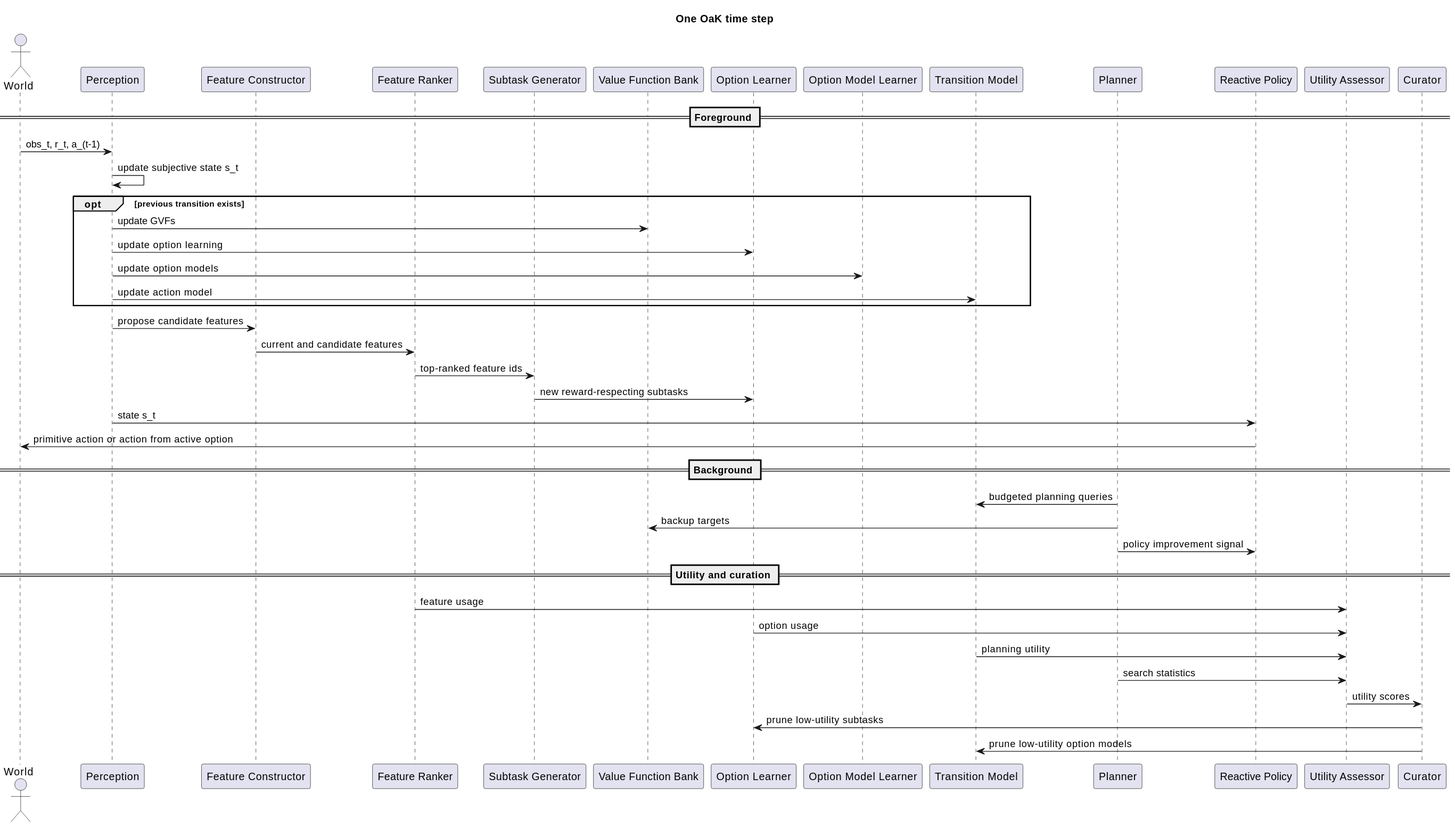
Earlier version of the PlantUML export docs/img/oak_runtime_sequence.svg (ttrenty/OaK-Architecture).
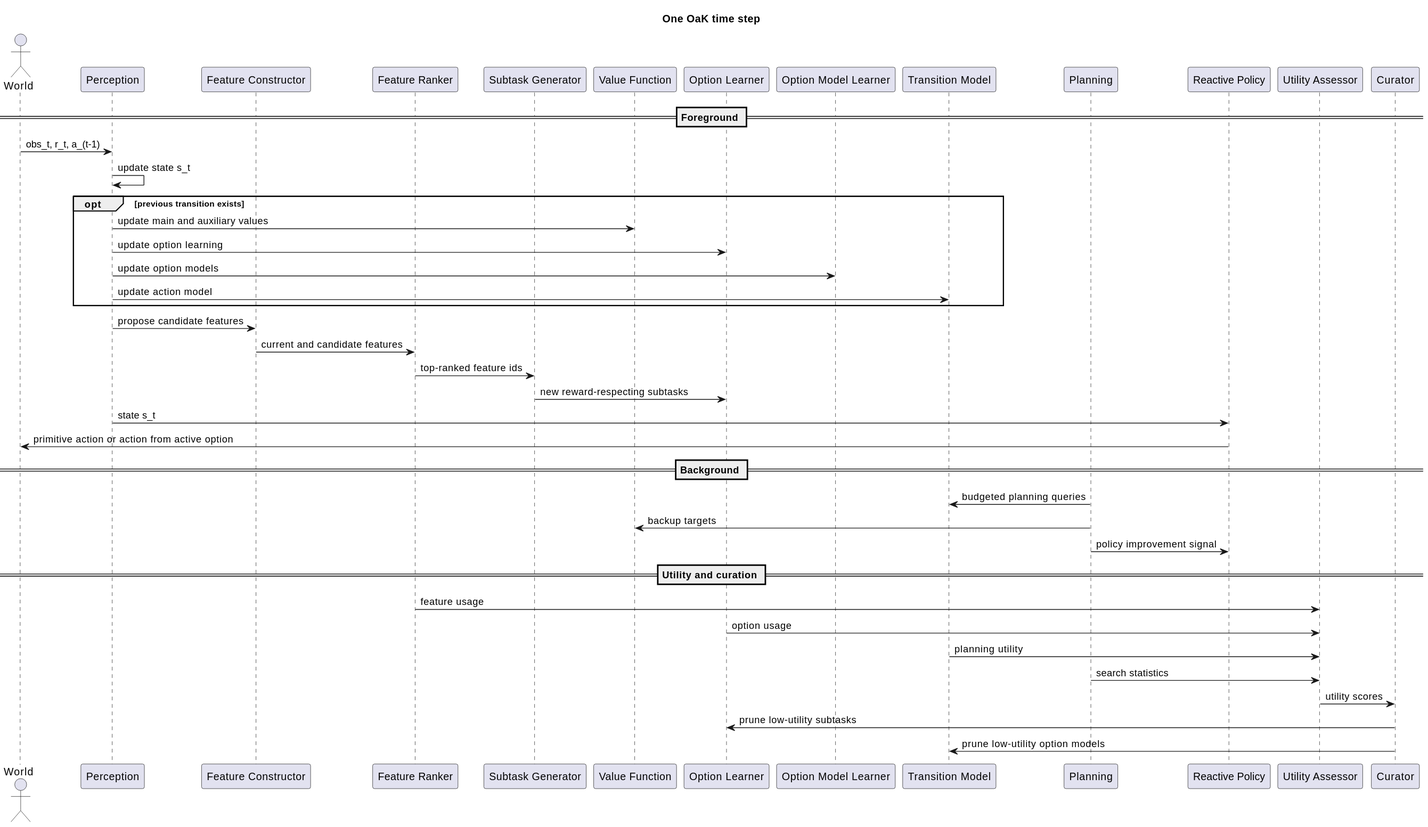
Later version of the same file.

What changed in the source:
```diff
@@ -6,21 +6,21 @@
 participant "Feature Constructor" as FeatureConstructor
 participant "Feature Ranker" as FeatureRanker
 participant "Subtask Generator" as SubtaskGenerator
-participant "Value Function Bank" as ValueFunctionBank
+participant "Value Function" as ValueFunction
 participant "Option Learner" as OptionLearner
 participant "Option Model Learner" as OptionModelLearner
 participant "Transition Model" as TransitionModel
-participant Planner
+participant Planning
 participant "Reactive Policy" as ReactivePolicy
 participant "Utility Assessor" as UtilityAssessor
 participant Curator
 
 == Foreground ==
 World -> Perception : obs_t, r_t, a_(t-1)
-Perception -> Perception : update subjective state s_t
+Perception -> Perception : update state s_t
 
 opt previous transition exists
-  Perception -> ValueFunctionBank : update GVFs
+  Perception -> ValueFunction : update main and auxiliary values
   Perception -> OptionLearner : update option learning
   Perception -> OptionModelLearner : update option models
   Perception -> TransitionModel : update action model
@@ -35,15 +35,15 @@
 ReactivePolicy -> World : primitive action or action from active option
 
 == Background ==
-Planner -> TransitionModel : budgeted planning queries
-Planner -> ValueFunctionBank : backup targets
-Planner -> ReactivePolicy : policy improvement signal
+Planning -> TransitionModel : budgeted planning queries
+Planning -> ValueFunction : backup targets
+Planning -> ReactivePolicy : policy improvement signal
 
 == Utility and curation ==
 FeatureRanker -> UtilityAssessor : feature usage
 OptionLearner -> UtilityAssessor : option usage
 TransitionModel -> UtilityAssessor : planning utility
-Planner -> UtilityAssessor : search statistics
+Planning -> UtilityAssessor : search statistics
 UtilityAssessor -> Curator : utility scores
 Curator -> OptionLearner : prune low-utility subtasks
 Curator -> TransitionModel : prune low-utility option models
```
